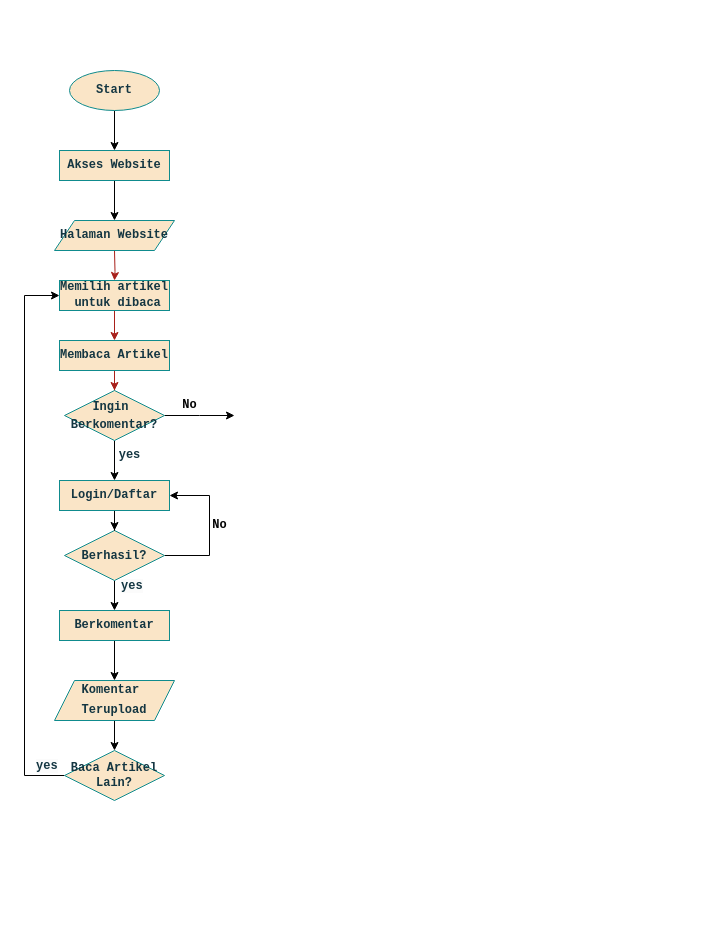
EnjoyUrLife69/ARTICLE keeps this draw.io diagram as Untitled Diagram.drawio. Above is the earlier version. Source tidied: cells renumbered, new cells numbered last; positions are measured from the earlier drawing's top-left corner, leaving out a move shared by most shapes. Both pictures are drawn from the tidied source at 100%, with x=0, y=0 at pixel (24, 70).
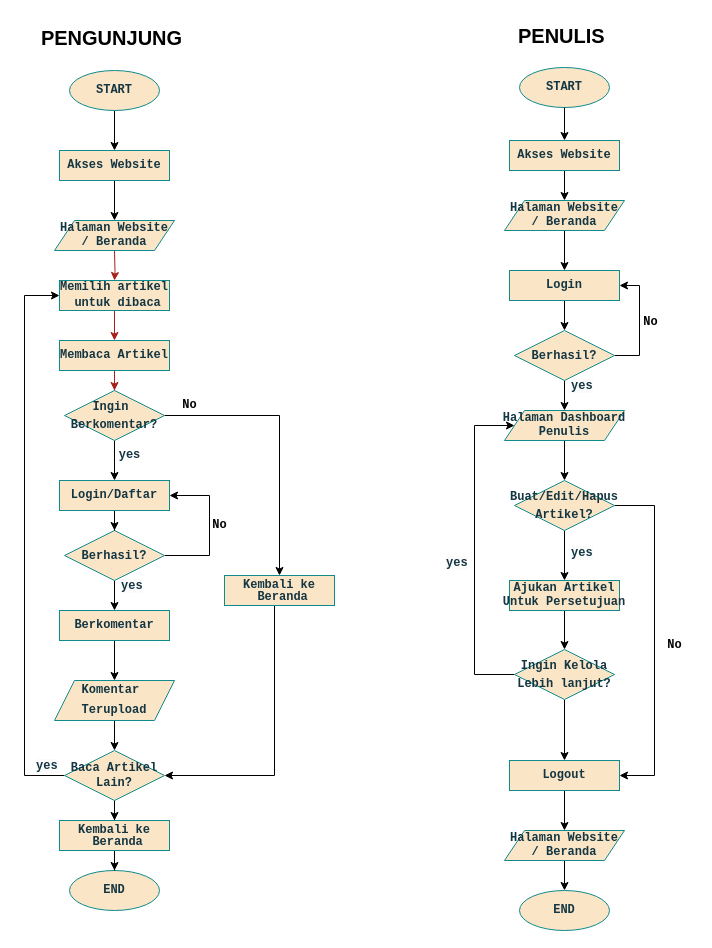
The same page after the edit.

Unchanged cells that the change refers to:
```xml
<mxCell id="11" value="&lt;pre style=&quot;line-height: 50%;&quot;&gt;Ingin &lt;/pre&gt;&lt;pre style=&quot;line-height: 50%;&quot;&gt;Berkomentar?&lt;/pre&gt;" style="rhombus;whiteSpace=wrap;html=1;fillColor=#FAE5C7;strokeColor=#0F8B8D;fontColor=#143642;labelBackgroundColor=none;fontStyle=1;" parent="1" vertex="1">
  <mxGeometry x="40" y="320" width="100" height="50" as="geometry" />
</mxCell>
<mxCell id="29" value="&lt;pre style=&quot;line-height: 20%;&quot;&gt;Baca Artikel&lt;/pre&gt;&lt;pre style=&quot;line-height: 20%;&quot;&gt;Lain?&lt;/pre&gt;" style="rhombus;whiteSpace=wrap;html=1;fillColor=#FAE5C7;strokeColor=#0F8B8D;fontColor=#143642;labelBackgroundColor=none;fontStyle=1;" parent="1" vertex="1">
  <mxGeometry x="40" y="680" width="100" height="50" as="geometry" />
</mxCell>
```

Diff of the diagram source:
```diff
@@
-    <mxCell id="3" value="&lt;pre&gt;Start&lt;/pre&gt;" style="ellipse;whiteSpace=wrap;html=1;labelBackgroundColor=none;fillColor=#FAE5C7;strokeColor=#0F8B8D;fontColor=#143642;fontStyle=1;" parent="1" vertex="1">
+    <mxCell id="3" value="&lt;pre&gt;START&lt;/pre&gt;" style="ellipse;whiteSpace=wrap;html=1;labelBackgroundColor=none;fillColor=#FAE5C7;strokeColor=#0F8B8D;fontColor=#143642;fontStyle=1;" parent="1" vertex="1">
       <mxGeometry x="45" width="90" height="40" as="geometry" />
     </mxCell>
@@
-    <mxCell id="10" style="edgeStyle=orthogonalEdgeStyle;rounded=0;jettySize=auto;html=1;" parent="1" edge="1" source="11">
-      <mxGeometry relative="1" as="geometry">
-        <mxPoint x="210" y="345" as="targetPoint" />
-      </mxGeometry>
+    <mxCell id="10" style="edgeStyle=orthogonalEdgeStyle;rounded=0;jettySize=auto;html=1;entryX=0.5;entryY=0;entryDx=0;entryDy=0;" parent="1" edge="1" source="11" target="35">
+      <mxGeometry relative="1" as="geometry" />
     </mxCell>
@@
-    <mxCell id="18" value="&lt;pre&gt;Halaman Website&lt;/pre&gt;" style="shape=parallelogram;perimeter=parallelogramPerimeter;whiteSpace=wrap;html=1;fixedSize=1;fillColor=#FAE5C7;strokeColor=#0F8B8D;fontColor=#143642;labelBackgroundColor=none;fontStyle=1;" parent="1" vertex="1">
+    <mxCell id="18" value="&lt;pre style=&quot;line-height: 10%;&quot;&gt;Halaman Website&lt;/pre&gt;&lt;pre style=&quot;line-height: 10%;&quot;&gt;/ Beranda&lt;/pre&gt;" style="shape=parallelogram;perimeter=parallelogramPerimeter;whiteSpace=wrap;html=1;fixedSize=1;fillColor=#FAE5C7;strokeColor=#0F8B8D;fontColor=#143642;labelBackgroundColor=none;fontStyle=1;" parent="1" vertex="1">
       <mxGeometry x="30" y="150" width="120" height="30" as="geometry" />
     </mxCell>
@@
+    <mxCell id="31" style="edgeStyle=orthogonalEdgeStyle;rounded=0;jettySize=auto;html=1;" parent="1" edge="1" source="29" target="37">
+      <mxGeometry relative="1" as="geometry" />
+    </mxCell>
@@
+    <mxCell id="32" style="edgeStyle=orthogonalEdgeStyle;rounded=0;jettySize=auto;html=1;entryX=0.5;entryY=0;entryDx=0;entryDy=0;" parent="1" edge="1" target="33">
+      <mxGeometry relative="1" as="geometry">
+        <mxPoint x="90" y="800" as="sourcePoint" />
+      </mxGeometry>
+    </mxCell>
+    <mxCell id="33" value="&lt;pre&gt;END&lt;/pre&gt;" style="ellipse;whiteSpace=wrap;html=1;labelBackgroundColor=none;fillColor=#FAE5C7;strokeColor=#0F8B8D;fontColor=#143642;fontStyle=1;" parent="1" vertex="1">
+      <mxGeometry x="45" y="800" width="90" height="40" as="geometry" />
+    </mxCell>
+    <mxCell id="34" style="edgeStyle=orthogonalEdgeStyle;rounded=0;jettySize=auto;html=1;entryX=1;entryY=0.5;entryDx=0;entryDy=0;" parent="1" edge="1" source="35" target="29">
+      <mxGeometry relative="1" as="geometry">
+        <Array as="points">
+          <mxPoint x="250" y="705" />
+        </Array>
+      </mxGeometry>
+    </mxCell>
+    <mxCell id="35" value="&lt;pre style=&quot;line-height: 0%;&quot;&gt;Kembali ke&lt;/pre&gt;&lt;pre style=&quot;line-height: 0%;&quot;&gt; Beranda&lt;/pre&gt;" style="whiteSpace=wrap;html=1;fillColor=#FAE5C7;strokeColor=#0F8B8D;fontColor=#143642;labelBackgroundColor=none;fontStyle=1;" parent="1" vertex="1">
+      <mxGeometry x="200" y="505" width="110" height="30" as="geometry" />
+    </mxCell>
+    <mxCell id="36" style="edgeStyle=orthogonalEdgeStyle;rounded=0;jettySize=auto;html=1;" parent="1" edge="1" source="37" target="33">
+      <mxGeometry relative="1" as="geometry" />
+    </mxCell>
+    <mxCell id="37" value="&lt;pre style=&quot;line-height: 0%;&quot;&gt;Kembali ke&lt;/pre&gt;&lt;pre style=&quot;line-height: 0%;&quot;&gt; Beranda&lt;/pre&gt;" style="whiteSpace=wrap;html=1;fillColor=#FAE5C7;strokeColor=#0F8B8D;fontColor=#143642;labelBackgroundColor=none;fontStyle=1;" parent="1" vertex="1">
+      <mxGeometry x="35" y="750" width="110" height="30" as="geometry" />
+    </mxCell>
+    <mxCell id="38" value="&lt;b&gt;&lt;font style=&quot;font-size: 20px;&quot;&gt;PENGUNJUNG&lt;/font&gt;&lt;/b&gt;" style="text;html=1;align=center;verticalAlign=middle;strokeColor=none;fillColor=none;" parent="1" vertex="1">
+      <mxGeometry x="7" y="-53" width="160" height="40" as="geometry" />
+    </mxCell>
+    <mxCell id="39" value="&lt;div style=&quot;text-align: center;&quot;&gt;&lt;span style=&quot;background-color: transparent; color: light-dark(rgb(0, 0, 0), rgb(255, 255, 255)); font-size: 20px; text-wrap: nowrap;&quot;&gt;&lt;b&gt;PENULIS&lt;/b&gt;&lt;/span&gt;&lt;/div&gt;" style="text;whiteSpace=wrap;html=1;" parent="1" vertex="1">
+      <mxGeometry x="492" y="-53" width="100" height="50" as="geometry" />
+    </mxCell>
+    <mxCell id="40" style="edgeStyle=orthogonalEdgeStyle;rounded=0;jettySize=auto;html=1;" parent="1" edge="1" source="47" target="43">
+      <mxGeometry relative="1" as="geometry" />
+    </mxCell>
+    <mxCell id="41" value="&lt;pre&gt;START&lt;/pre&gt;" style="ellipse;whiteSpace=wrap;html=1;labelBackgroundColor=none;fillColor=#FAE5C7;strokeColor=#0F8B8D;fontColor=#143642;fontStyle=1;" parent="1" vertex="1">
+      <mxGeometry x="495" y="-3" width="90" height="40" as="geometry" />
+    </mxCell>
+    <mxCell id="42" style="edgeStyle=orthogonalEdgeStyle;rounded=0;jettySize=auto;html=1;" parent="1" edge="1" source="43" target="45">
+      <mxGeometry relative="1" as="geometry" />
+    </mxCell>
+    <mxCell id="43" value="&lt;pre style=&quot;line-height: 10%;&quot;&gt;Halaman Website&lt;/pre&gt;&lt;pre style=&quot;line-height: 10%;&quot;&gt;/ Beranda&lt;/pre&gt;" style="shape=parallelogram;perimeter=parallelogramPerimeter;whiteSpace=wrap;html=1;fixedSize=1;fillColor=#FAE5C7;strokeColor=#0F8B8D;fontColor=#143642;labelBackgroundColor=none;fontStyle=1;" parent="1" vertex="1">
+      <mxGeometry x="480" y="130" width="120" height="30" as="geometry" />
+    </mxCell>
+    <mxCell id="44" style="edgeStyle=orthogonalEdgeStyle;rounded=0;jettySize=auto;html=1;" parent="1" edge="1" source="45" target="50">
+      <mxGeometry relative="1" as="geometry" />
+    </mxCell>
+    <mxCell id="45" value="&lt;pre&gt;Login&lt;/pre&gt;" style="whiteSpace=wrap;html=1;labelBackgroundColor=none;fillColor=#FAE5C7;strokeColor=#0F8B8D;fontColor=#143642;fontStyle=1;" parent="1" vertex="1">
+      <mxGeometry x="485" y="200" width="110" height="30" as="geometry" />
+    </mxCell>
+    <mxCell id="46" style="edgeStyle=orthogonalEdgeStyle;rounded=0;jettySize=auto;html=1;" parent="1" edge="1" source="41" target="47">
+      <mxGeometry relative="1" as="geometry" />
+    </mxCell>
+    <mxCell id="47" value="&lt;pre&gt;Akses Website&lt;/pre&gt;" style="whiteSpace=wrap;html=1;labelBackgroundColor=none;fillColor=#FAE5C7;strokeColor=#0F8B8D;fontColor=#143642;fontStyle=1;" parent="1" vertex="1">
+      <mxGeometry x="485" y="70" width="110" height="30" as="geometry" />
+    </mxCell>
+    <mxCell id="48" style="edgeStyle=orthogonalEdgeStyle;rounded=0;jettySize=auto;html=1;entryX=1;entryY=0.5;entryDx=0;entryDy=0;" parent="1" edge="1" source="50" target="45">
+      <mxGeometry relative="1" as="geometry">
+        <Array as="points">
+          <mxPoint x="615" y="285" />
+          <mxPoint x="615" y="215" />
+        </Array>
+      </mxGeometry>
+    </mxCell>
+    <mxCell id="49" style="edgeStyle=orthogonalEdgeStyle;rounded=0;jettySize=auto;html=1;entryX=0.5;entryY=0;entryDx=0;entryDy=0;" parent="1" edge="1" source="50" target="53">
+      <mxGeometry relative="1" as="geometry" />
+    </mxCell>
+    <mxCell id="50" value="&lt;pre style=&quot;line-height: 50%;&quot;&gt;Berhasil?&lt;/pre&gt;" style="rhombus;whiteSpace=wrap;html=1;fillColor=#FAE5C7;strokeColor=#0F8B8D;fontColor=#143642;labelBackgroundColor=none;fontStyle=1;" parent="1" vertex="1">
+      <mxGeometry x="490" y="260" width="100" height="50" as="geometry" />
+    </mxCell>
+    <mxCell id="51" value="&lt;pre&gt;&lt;b&gt;No&lt;/b&gt;&lt;/pre&gt;" style="text;html=1;align=center;verticalAlign=middle;strokeColor=none;fillColor=none;" parent="1" vertex="1">
+      <mxGeometry x="606" y="227" width="40" height="50" as="geometry" />
+    </mxCell>
+    <mxCell id="52" style="edgeStyle=orthogonalEdgeStyle;rounded=0;jettySize=auto;html=1;entryX=0.5;entryY=0;entryDx=0;entryDy=0;" parent="1" edge="1" source="53" target="56">
+      <mxGeometry relative="1" as="geometry" />
+    </mxCell>
+    <mxCell id="53" value="&lt;pre style=&quot;line-height: 10%;&quot;&gt;Halaman Dashboard&lt;/pre&gt;&lt;pre style=&quot;line-height: 10%;&quot;&gt;Penulis&lt;/pre&gt;" style="shape=parallelogram;perimeter=parallelogramPerimeter;whiteSpace=wrap;html=1;fixedSize=1;fillColor=#FAE5C7;strokeColor=#0F8B8D;fontColor=#143642;labelBackgroundColor=none;fontStyle=1;" parent="1" vertex="1">
+      <mxGeometry x="480" y="340" width="120" height="30" as="geometry" />
+    </mxCell>
+    <mxCell id="54" style="edgeStyle=orthogonalEdgeStyle;rounded=0;jettySize=auto;html=1;entryX=0.5;entryY=0;entryDx=0;entryDy=0;" parent="1" edge="1" source="56" target="59">
+      <mxGeometry relative="1" as="geometry" />
+    </mxCell>
+    <mxCell id="55" style="edgeStyle=orthogonalEdgeStyle;rounded=0;jettySize=auto;html=1;entryX=1;entryY=0.5;entryDx=0;entryDy=0;" parent="1" edge="1" source="56" target="65">
+      <mxGeometry relative="1" as="geometry">
+        <Array as="points">
+          <mxPoint x="630" y="435" />
+          <mxPoint x="630" y="705" />
+        </Array>
+      </mxGeometry>
+    </mxCell>
+    <mxCell id="56" value="&lt;pre style=&quot;line-height: 50%;&quot;&gt;Buat/Edit/Hapus&lt;/pre&gt;&lt;pre style=&quot;line-height: 50%;&quot;&gt;Artikel?&lt;/pre&gt;" style="rhombus;whiteSpace=wrap;html=1;fillColor=#FAE5C7;strokeColor=#0F8B8D;fontColor=#143642;labelBackgroundColor=none;fontStyle=1;" parent="1" vertex="1">
+      <mxGeometry x="490" y="410" width="100" height="50" as="geometry" />
+    </mxCell>
+    <mxCell id="57" value="&lt;pre style=&quot;forced-color-adjust: none; color: rgb(20, 54, 66); font-size: 12px; font-style: normal; font-variant-ligatures: normal; font-variant-caps: normal; font-weight: 700; letter-spacing: normal; orphans: 2; text-align: center; text-indent: 0px; text-transform: none; widows: 2; word-spacing: 0px; -webkit-text-stroke-width: 0px; background-color: rgb(251, 251, 251); text-decoration-thickness: initial; text-decoration-style: initial; text-decoration-color: initial;&quot;&gt;&lt;br&gt;&lt;/pre&gt;" style="text;whiteSpace=wrap;html=1;" parent="1" vertex="1">
+      <mxGeometry x="545" y="364" width="50" height="60" as="geometry" />
+    </mxCell>
+    <mxCell id="58" style="edgeStyle=orthogonalEdgeStyle;rounded=0;jettySize=auto;html=1;" parent="1" edge="1" source="59" target="70">
+      <mxGeometry relative="1" as="geometry" />
+    </mxCell>
+    <mxCell id="59" value="&lt;pre style=&quot;line-height: 10%;&quot;&gt;Ajukan Artikel&lt;/pre&gt;&lt;pre style=&quot;line-height: 10%;&quot;&gt;Untuk Persetujuan&lt;/pre&gt;" style="whiteSpace=wrap;html=1;labelBackgroundColor=none;fillColor=#FAE5C7;strokeColor=#0F8B8D;fontColor=#143642;fontStyle=1;" parent="1" vertex="1">
+      <mxGeometry x="485" y="510" width="110" height="30" as="geometry" />
+    </mxCell>
+    <mxCell id="60" value="&lt;pre&gt;&lt;b&gt;No&lt;/b&gt;&lt;/pre&gt;" style="text;html=1;align=center;verticalAlign=middle;strokeColor=none;fillColor=none;" parent="1" vertex="1">
+      <mxGeometry x="630" y="550" width="40" height="50" as="geometry" />
+    </mxCell>
+    <mxCell id="61" value="&lt;pre style=&quot;forced-color-adjust: none; font-size: 12px; font-style: normal; font-variant-ligatures: normal; font-variant-caps: normal; letter-spacing: normal; orphans: 2; text-indent: 0px; text-transform: none; widows: 2; word-spacing: 0px; -webkit-text-stroke-width: 0px; text-decoration-thickness: initial; text-decoration-style: initial; text-decoration-color: initial; color: light-dark(rgb(20, 54, 66), rgb(173, 202, 213)); font-weight: 700; text-align: center; background-color: light-dark(rgb(251, 251, 251), rgb(21, 21, 21));&quot;&gt;yes&lt;/pre&gt;" style="text;whiteSpace=wrap;html=1;" parent="1" vertex="1">
+      <mxGeometry x="545" y="290" width="50" height="60" as="geometry" />
+    </mxCell>
+    <mxCell id="62" value="&lt;pre style=&quot;forced-color-adjust: none; font-size: 12px; font-style: normal; font-variant-ligatures: normal; font-variant-caps: normal; letter-spacing: normal; orphans: 2; text-indent: 0px; text-transform: none; widows: 2; word-spacing: 0px; -webkit-text-stroke-width: 0px; text-decoration-thickness: initial; text-decoration-style: initial; text-decoration-color: initial; color: light-dark(rgb(20, 54, 66), rgb(173, 202, 213)); font-weight: 700; text-align: center; background-color: light-dark(rgb(251, 251, 251), rgb(21, 21, 21));&quot;&gt;yes&lt;/pre&gt;" style="text;whiteSpace=wrap;html=1;" parent="1" vertex="1">
+      <mxGeometry x="545" y="457" width="50" height="60" as="geometry" />
+    </mxCell>
+    <mxCell id="63" value="&lt;pre&gt;END&lt;/pre&gt;" style="ellipse;whiteSpace=wrap;html=1;labelBackgroundColor=none;fillColor=#FAE5C7;strokeColor=#0F8B8D;fontColor=#143642;fontStyle=1;" parent="1" vertex="1">
+      <mxGeometry x="495" y="820" width="90" height="40" as="geometry" />
+    </mxCell>
+    <mxCell id="64" style="edgeStyle=orthogonalEdgeStyle;rounded=0;jettySize=auto;html=1;" parent="1" edge="1" source="65" target="67">
+      <mxGeometry relative="1" as="geometry" />
+    </mxCell>
+    <mxCell id="65" value="&lt;pre style=&quot;line-height: 10%;&quot;&gt;Logout&lt;/pre&gt;" style="whiteSpace=wrap;html=1;labelBackgroundColor=none;fillColor=#FAE5C7;strokeColor=#0F8B8D;fontColor=#143642;fontStyle=1;" parent="1" vertex="1">
+      <mxGeometry x="485" y="690" width="110" height="30" as="geometry" />
+    </mxCell>
+    <mxCell id="66" style="edgeStyle=orthogonalEdgeStyle;rounded=0;jettySize=auto;html=1;" parent="1" edge="1" source="67" target="63">
+      <mxGeometry relative="1" as="geometry" />
+    </mxCell>
+    <mxCell id="67" value="&lt;pre style=&quot;line-height: 10%;&quot;&gt;Halaman Website&lt;/pre&gt;&lt;pre style=&quot;line-height: 10%;&quot;&gt;/ Beranda&lt;/pre&gt;" style="shape=parallelogram;perimeter=parallelogramPerimeter;whiteSpace=wrap;html=1;fixedSize=1;fillColor=#FAE5C7;strokeColor=#0F8B8D;fontColor=#143642;labelBackgroundColor=none;fontStyle=1;" parent="1" vertex="1">
+      <mxGeometry x="480" y="760" width="120" height="30" as="geometry" />
+    </mxCell>
+    <mxCell id="68" style="edgeStyle=orthogonalEdgeStyle;rounded=0;jettySize=auto;html=1;" parent="1" edge="1" source="70" target="65">
+      <mxGeometry relative="1" as="geometry" />
+    </mxCell>
+    <mxCell id="69" style="edgeStyle=orthogonalEdgeStyle;rounded=0;jettySize=auto;html=1;entryX=0;entryY=0.5;entryDx=0;entryDy=0;" parent="1" edge="1" source="70" target="53">
+      <mxGeometry relative="1" as="geometry">
+        <Array as="points">
+          <mxPoint x="450" y="604" />
+          <mxPoint x="450" y="355" />
+        </Array>
+      </mxGeometry>
+    </mxCell>
+    <mxCell id="70" value="&lt;pre style=&quot;line-height: 50%;&quot;&gt;Ingin Kelola&lt;/pre&gt;&lt;pre style=&quot;line-height: 50%;&quot;&gt;Lebih lanjut?&lt;/pre&gt;" style="rhombus;whiteSpace=wrap;html=1;fillColor=#FAE5C7;strokeColor=#0F8B8D;fontColor=#143642;labelBackgroundColor=none;fontStyle=1;" parent="1" vertex="1">
+      <mxGeometry x="490" y="579" width="100" height="50" as="geometry" />
+    </mxCell>
+    <mxCell id="71" value="&lt;pre style=&quot;forced-color-adjust: none; font-size: 12px; font-style: normal; font-variant-ligatures: normal; font-variant-caps: normal; letter-spacing: normal; orphans: 2; text-indent: 0px; text-transform: none; widows: 2; word-spacing: 0px; -webkit-text-stroke-width: 0px; text-decoration-thickness: initial; text-decoration-style: initial; text-decoration-color: initial; color: light-dark(rgb(20, 54, 66), rgb(173, 202, 213)); font-weight: 700; text-align: center; background-color: light-dark(rgb(251, 251, 251), rgb(21, 21, 21));&quot;&gt;yes&lt;/pre&gt;" style="text;whiteSpace=wrap;html=1;" parent="1" vertex="1">
+      <mxGeometry x="420" y="467" width="50" height="60" as="geometry" />
+    </mxCell>
```
